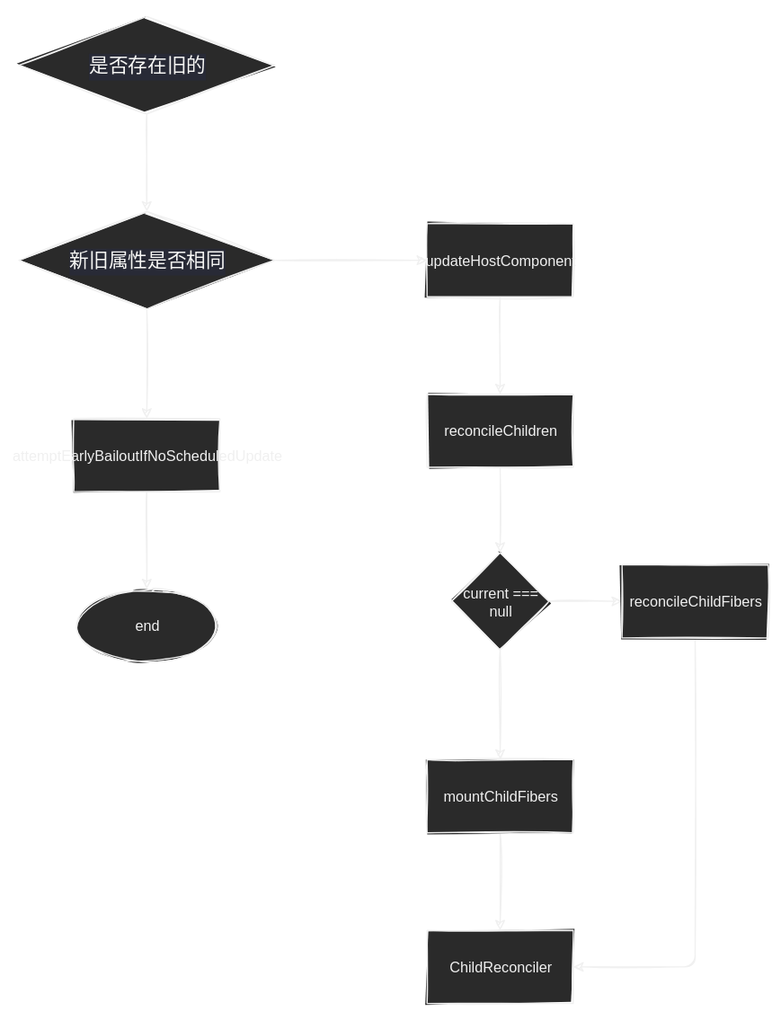
sunven/obsidian-vault keeps this draw.io diagram as react/beginWork.svg. Above is the earlier version. Source tidied: cells renumbered, new cells last; positions are measured from the earlier drawing's top-left corner, leaving out a move shared by most shapes. The source it was exported from:
```xml
<mxGraphModel>
  <root>
    <mxCell id="0" />
    <mxCell id="1" parent="0" />
    <mxCell id="2" style="edgeStyle=none;html=1;" parent="1" edge="1" source="3" target="6">
      <mxGeometry relative="1" as="geometry" />
    </mxCell>
    <mxCell id="3" value="&lt;div style=&quot;color: rgb(246 , 246 , 244) ; background-color: rgb(40 , 42 , 54) ; font-family: &amp;#34;meslolgs nf&amp;#34; , &amp;#34;consolas&amp;#34; , monospace , &amp;#34;consolas&amp;#34; , &amp;#34;courier new&amp;#34; , monospace ; font-size: 16px ; line-height: 22px&quot;&gt;是否存在旧的&lt;/div&gt;" style="rhombus;whiteSpace=wrap;html=1;" parent="1" vertex="1">
      <mxGeometry width="210" height="80" as="geometry" />
    </mxCell>
    <mxCell id="4" style="edgeStyle=none;html=1;" parent="1" edge="1" source="6" target="8">
      <mxGeometry relative="1" as="geometry" />
    </mxCell>
    <mxCell id="5" style="edgeStyle=none;html=1;" parent="1" edge="1" source="6" target="11">
      <mxGeometry relative="1" as="geometry" />
    </mxCell>
    <mxCell id="6" value="&lt;div style=&quot;color: rgb(246 , 246 , 244) ; background-color: rgb(40 , 42 , 54) ; font-family: &amp;#34;meslolgs nf&amp;#34; , &amp;#34;consolas&amp;#34; , monospace , &amp;#34;consolas&amp;#34; , &amp;#34;courier new&amp;#34; , monospace ; font-size: 16px ; line-height: 22px&quot;&gt;新旧属性是否相同&lt;/div&gt;" style="rhombus;whiteSpace=wrap;html=1;" parent="1" vertex="1">
      <mxGeometry y="160" width="210" height="80" as="geometry" />
    </mxCell>
    <mxCell id="7" style="edgeStyle=none;html=1;" parent="1" edge="1" source="8" target="9">
      <mxGeometry relative="1" as="geometry" />
    </mxCell>
    <mxCell id="8" value="attemptEarlyBailoutIfNoScheduledUpdate" style="whiteSpace=wrap;html=1;" parent="1" vertex="1">
      <mxGeometry x="45" y="330" width="120" height="60" as="geometry" />
    </mxCell>
    <mxCell id="9" value="end" style="ellipse;whiteSpace=wrap;html=1;" parent="1" vertex="1">
      <mxGeometry x="45" y="470" width="120" height="60" as="geometry" />
    </mxCell>
    <mxCell id="10" style="edgeStyle=none;html=1;" parent="1" edge="1" source="11" target="13">
      <mxGeometry relative="1" as="geometry" />
    </mxCell>
    <mxCell id="11" value="updateHostComponent" style="whiteSpace=wrap;html=1;" parent="1" vertex="1">
      <mxGeometry x="335" y="170" width="120" height="60" as="geometry" />
    </mxCell>
    <mxCell id="12" style="edgeStyle=none;html=1;" parent="1" edge="1" source="13" target="16">
      <mxGeometry relative="1" as="geometry" />
    </mxCell>
    <mxCell id="13" value="reconcileChildren" style="whiteSpace=wrap;html=1;" parent="1" vertex="1">
      <mxGeometry x="335" y="310" width="120" height="60" as="geometry" />
    </mxCell>
    <mxCell id="14" style="edgeStyle=none;html=1;" parent="1" edge="1" source="16" target="18">
      <mxGeometry relative="1" as="geometry" />
    </mxCell>
    <mxCell id="15" style="edgeStyle=none;html=1;" parent="1" edge="1" source="16" target="20">
      <mxGeometry relative="1" as="geometry" />
    </mxCell>
    <mxCell id="16" value="current === null" style="rhombus;whiteSpace=wrap;html=1;" parent="1" vertex="1">
      <mxGeometry x="355" y="440" width="80" height="80" as="geometry" />
    </mxCell>
    <mxCell id="17" style="edgeStyle=none;html=1;" parent="1" edge="1" source="18" target="21">
      <mxGeometry relative="1" as="geometry" />
    </mxCell>
    <mxCell id="18" value="mountChildFibers" style="whiteSpace=wrap;html=1;" parent="1" vertex="1">
      <mxGeometry x="335" y="610" width="120" height="60" as="geometry" />
    </mxCell>
    <mxCell id="19" style="edgeStyle=none;html=1;exitX=0.5;exitY=1;exitDx=0;exitDy=0;entryX=1;entryY=0.5;entryDx=0;entryDy=0;" parent="1" edge="1" source="20" target="21">
      <mxGeometry relative="1" as="geometry">
        <Array as="points">
          <mxPoint x="555" y="780" />
        </Array>
      </mxGeometry>
    </mxCell>
    <mxCell id="20" value="reconcileChildFibers" style="whiteSpace=wrap;html=1;" parent="1" vertex="1">
      <mxGeometry x="495" y="450" width="120" height="60" as="geometry" />
    </mxCell>
    <mxCell id="21" value="ChildReconciler" style="whiteSpace=wrap;html=1;" parent="1" vertex="1">
      <mxGeometry x="335" y="750" width="120" height="60" as="geometry" />
    </mxCell>
  </root>
</mxGraphModel>
```
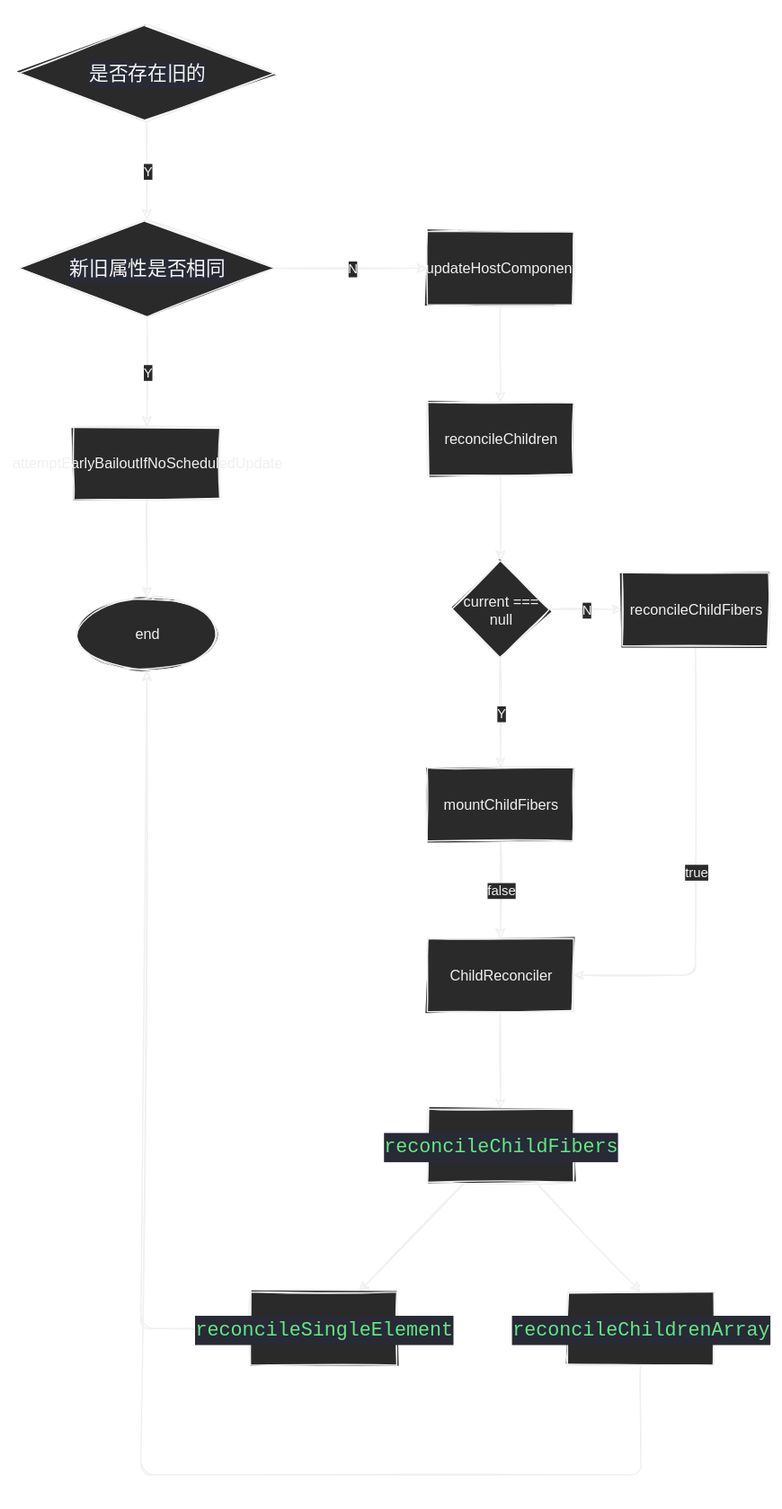
The same diagram one commit later.

Diff of the diagram source:
```diff
@@ -2,16 +2,16 @@
   <root>
     <mxCell id="0" />
     <mxCell id="1" parent="0" />
-    <mxCell id="2" style="edgeStyle=none;html=1;" parent="1" edge="1" source="3" target="6">
+    <mxCell id="2" value="Y" style="edgeStyle=none;html=1;" parent="1" edge="1" source="3" target="6">
       <mxGeometry relative="1" as="geometry" />
     </mxCell>
     <mxCell id="3" value="&lt;div style=&quot;color: rgb(246 , 246 , 244) ; background-color: rgb(40 , 42 , 54) ; font-family: &amp;#34;meslolgs nf&amp;#34; , &amp;#34;consolas&amp;#34; , monospace , &amp;#34;consolas&amp;#34; , &amp;#34;courier new&amp;#34; , monospace ; font-size: 16px ; line-height: 22px&quot;&gt;是否存在旧的&lt;/div&gt;" style="rhombus;whiteSpace=wrap;html=1;" parent="1" vertex="1">
       <mxGeometry width="210" height="80" as="geometry" />
     </mxCell>
-    <mxCell id="4" style="edgeStyle=none;html=1;" parent="1" edge="1" source="6" target="8">
+    <mxCell id="4" value="Y" style="edgeStyle=none;html=1;" parent="1" edge="1" source="6" target="8">
       <mxGeometry relative="1" as="geometry" />
     </mxCell>
-    <mxCell id="5" style="edgeStyle=none;html=1;" parent="1" edge="1" source="6" target="11">
+    <mxCell id="5" value="N" style="edgeStyle=none;html=1;" parent="1" edge="1" source="6" target="11">
       <mxGeometry relative="1" as="geometry" />
     </mxCell>
     <mxCell id="6" value="&lt;div style=&quot;color: rgb(246 , 246 , 244) ; background-color: rgb(40 , 42 , 54) ; font-family: &amp;#34;meslolgs nf&amp;#34; , &amp;#34;consolas&amp;#34; , monospace , &amp;#34;consolas&amp;#34; , &amp;#34;courier new&amp;#34; , monospace ; font-size: 16px ; line-height: 22px&quot;&gt;新旧属性是否相同&lt;/div&gt;" style="rhombus;whiteSpace=wrap;html=1;" parent="1" vertex="1">
@@ -38,22 +38,22 @@
     <mxCell id="13" value="reconcileChildren" style="whiteSpace=wrap;html=1;" parent="1" vertex="1">
       <mxGeometry x="335" y="310" width="120" height="60" as="geometry" />
     </mxCell>
-    <mxCell id="14" style="edgeStyle=none;html=1;" parent="1" edge="1" source="16" target="18">
+    <mxCell id="14" value="Y" style="edgeStyle=none;html=1;" parent="1" edge="1" source="16" target="18">
       <mxGeometry relative="1" as="geometry" />
     </mxCell>
-    <mxCell id="15" style="edgeStyle=none;html=1;" parent="1" edge="1" source="16" target="20">
+    <mxCell id="15" value="N" style="edgeStyle=none;html=1;" parent="1" edge="1" source="16" target="20">
       <mxGeometry relative="1" as="geometry" />
     </mxCell>
     <mxCell id="16" value="current === null" style="rhombus;whiteSpace=wrap;html=1;" parent="1" vertex="1">
       <mxGeometry x="355" y="440" width="80" height="80" as="geometry" />
     </mxCell>
-    <mxCell id="17" style="edgeStyle=none;html=1;" parent="1" edge="1" source="18" target="21">
+    <mxCell id="17" value="false" style="edgeStyle=none;html=1;" parent="1" edge="1" source="18" target="21">
       <mxGeometry relative="1" as="geometry" />
     </mxCell>
     <mxCell id="18" value="mountChildFibers" style="whiteSpace=wrap;html=1;" parent="1" vertex="1">
       <mxGeometry x="335" y="610" width="120" height="60" as="geometry" />
     </mxCell>
-    <mxCell id="19" style="edgeStyle=none;html=1;exitX=0.5;exitY=1;exitDx=0;exitDy=0;entryX=1;entryY=0.5;entryDx=0;entryDy=0;" parent="1" edge="1" source="20" target="21">
+    <mxCell id="19" value="true" style="edgeStyle=none;html=1;exitX=0.5;exitY=1;exitDx=0;exitDy=0;entryX=1;entryY=0.5;entryDx=0;entryDy=0;" parent="1" edge="1" source="20" target="21">
       <mxGeometry relative="1" as="geometry">
         <Array as="points">
           <mxPoint x="555" y="780" />
@@ -63,8 +63,44 @@
     <mxCell id="20" value="reconcileChildFibers" style="whiteSpace=wrap;html=1;" parent="1" vertex="1">
       <mxGeometry x="495" y="450" width="120" height="60" as="geometry" />
     </mxCell>
+    <mxCell id="22" style="edgeStyle=none;html=1;" parent="1" edge="1" source="21" target="26">
+      <mxGeometry relative="1" as="geometry" />
+    </mxCell>
     <mxCell id="21" value="ChildReconciler" style="whiteSpace=wrap;html=1;" parent="1" vertex="1">
       <mxGeometry x="335" y="750" width="120" height="60" as="geometry" />
     </mxCell>
+    <mxCell id="23" style="edgeStyle=none;html=1;" parent="1" edge="1" source="26" target="28">
+      <mxGeometry relative="1" as="geometry" />
+    </mxCell>
+    <mxCell id="24" style="edgeStyle=none;html=1;" parent="1" edge="1" source="26" target="28">
+      <mxGeometry relative="1" as="geometry" />
+    </mxCell>
+    <mxCell id="25" style="edgeStyle=none;html=1;entryX=0.5;entryY=0;entryDx=0;entryDy=0;" parent="1" edge="1" source="26" target="30">
+      <mxGeometry relative="1" as="geometry" />
+    </mxCell>
+    <mxCell id="26" value="&lt;div style=&quot;color: rgb(246 , 246 , 244) ; background-color: rgb(40 , 42 , 54) ; font-family: &amp;#34;meslolgs nf&amp;#34; , &amp;#34;consolas&amp;#34; , monospace , &amp;#34;menlo&amp;#34; , &amp;#34;monaco&amp;#34; , &amp;#34;courier new&amp;#34; , monospace ; font-size: 16px ; line-height: 24px&quot;&gt;&lt;span style=&quot;color: #62e884&quot;&gt;reconcileChildFibers&lt;/span&gt;&lt;/div&gt;" style="whiteSpace=wrap;html=1;" parent="1" vertex="1">
+      <mxGeometry x="335" y="890" width="120" height="60" as="geometry" />
+    </mxCell>
+    <mxCell id="27" style="edgeStyle=none;html=1;exitX=0;exitY=0.5;exitDx=0;exitDy=0;entryX=0.5;entryY=1;entryDx=0;entryDy=0;" parent="1" edge="1" source="28" target="9">
+      <mxGeometry relative="1" as="geometry">
+        <Array as="points">
+          <mxPoint x="100" y="1070" />
+        </Array>
+      </mxGeometry>
+    </mxCell>
+    <mxCell id="28" value="&lt;div style=&quot;color: rgb(246 , 246 , 244) ; background-color: rgb(40 , 42 , 54) ; font-family: &amp;#34;meslolgs nf&amp;#34; , &amp;#34;consolas&amp;#34; , monospace , &amp;#34;menlo&amp;#34; , &amp;#34;monaco&amp;#34; , &amp;#34;courier new&amp;#34; , monospace ; font-size: 16px ; line-height: 24px&quot;&gt;&lt;span style=&quot;color: #62e884&quot;&gt;reconcileSingleElement&lt;/span&gt;&lt;/div&gt;" style="whiteSpace=wrap;html=1;" parent="1" vertex="1">
+      <mxGeometry x="190" y="1040" width="120" height="60" as="geometry" />
+    </mxCell>
+    <mxCell id="29" style="edgeStyle=none;html=1;exitX=0.5;exitY=1;exitDx=0;exitDy=0;entryX=0.5;entryY=1;entryDx=0;entryDy=0;" parent="1" edge="1" source="30" target="9">
+      <mxGeometry relative="1" as="geometry">
+        <Array as="points">
+          <mxPoint x="510" y="1190" />
+          <mxPoint x="100" y="1190" />
+        </Array>
+      </mxGeometry>
+    </mxCell>
+    <mxCell id="30" value="&lt;div style=&quot;color: rgb(246 , 246 , 244) ; background-color: rgb(40 , 42 , 54) ; font-family: &amp;#34;meslolgs nf&amp;#34; , &amp;#34;consolas&amp;#34; , monospace , &amp;#34;menlo&amp;#34; , &amp;#34;monaco&amp;#34; , &amp;#34;courier new&amp;#34; , monospace ; font-size: 16px ; line-height: 24px&quot;&gt;&lt;div style=&quot;font-family: &amp;#34;meslolgs nf&amp;#34; , &amp;#34;consolas&amp;#34; , monospace , &amp;#34;menlo&amp;#34; , &amp;#34;monaco&amp;#34; , &amp;#34;courier new&amp;#34; , monospace ; line-height: 24px&quot;&gt;&lt;span style=&quot;color: #62e884&quot;&gt;reconcileChildrenArray&lt;/span&gt;&lt;/div&gt;&lt;/div&gt;" style="whiteSpace=wrap;html=1;" parent="1" vertex="1">
+      <mxGeometry x="450" y="1040" width="120" height="60" as="geometry" />
+    </mxCell>
   </root>
 </mxGraphModel>
```
